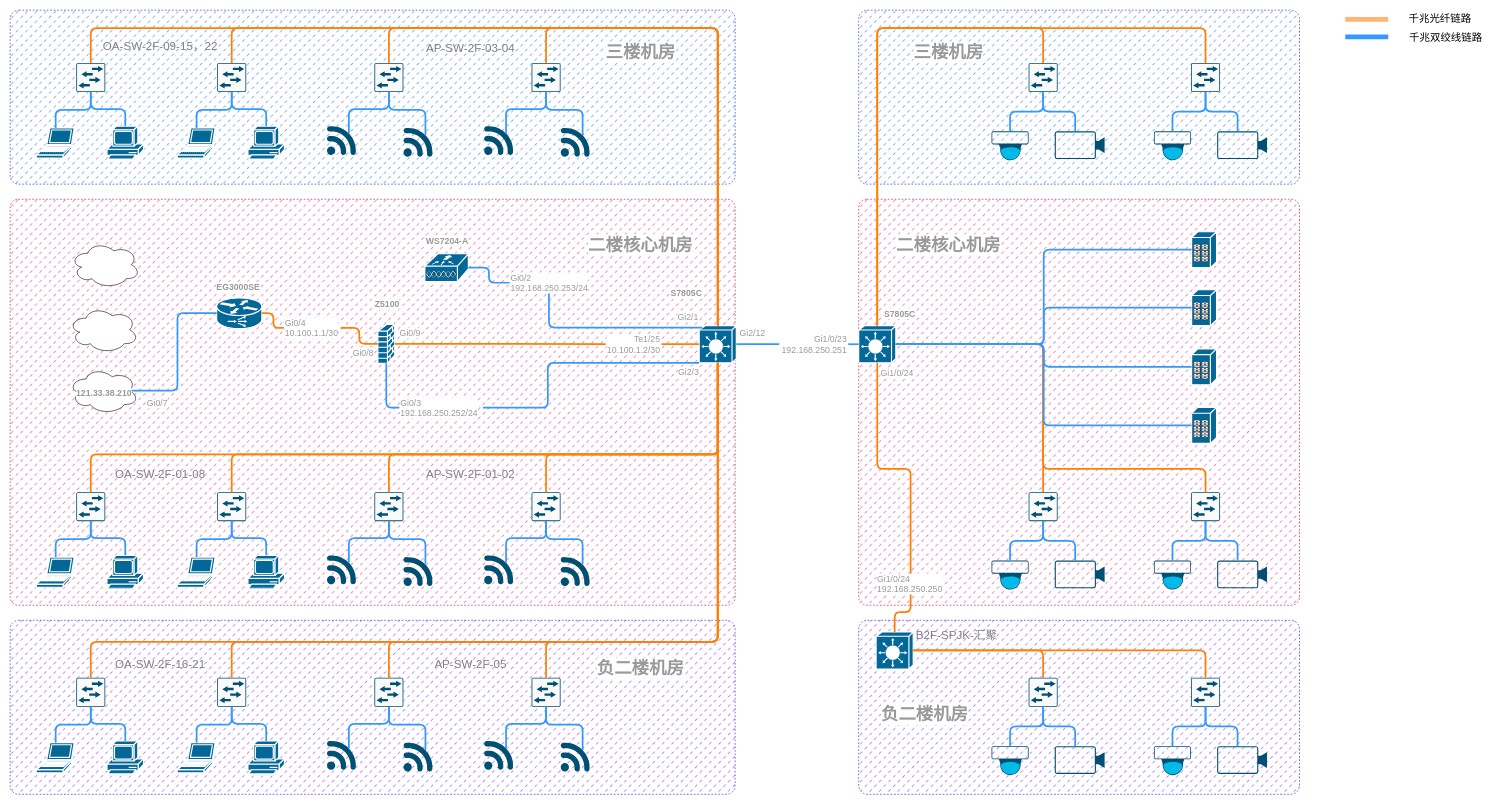
Before: 凯乐石网络拓扑.drawio in iskerwin/draw, a draw.io diagram. Source tidied: cells renumbered, new cells numbered last; positions are measured from the earlier drawing's top-left corner, leaving out a move shared by most shapes. Both pictures are drawn from the tidied source at 58%, with x=0, y=0 at pixel (10, 10).
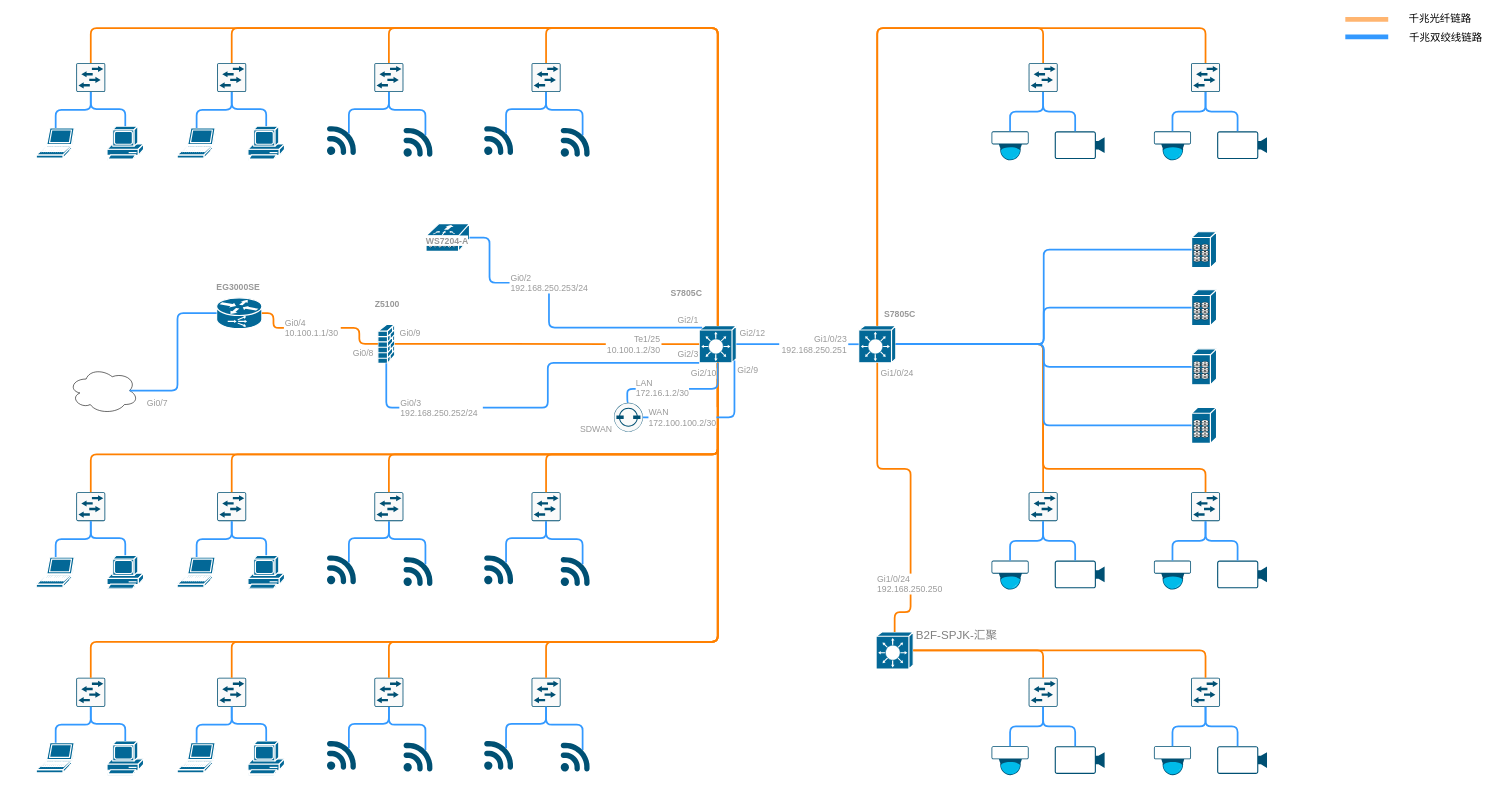
Above is the later version.

Commit message:
更新凯乐石网络拓扑.drawio

The change refers to these unchanged cells:
```xml
<mxCell id="25" style="shape=mxgraph.cisco.switches.layer_3_switch;html=1;dashed=0;fillColor=#036897;strokeColor=#ffffff;strokeWidth=2;verticalLabelPosition=bottom;verticalAlign=top;align=center;outlineConnect=0;fontFamily=Helvetica;fontSize=11;fontColor=#FF8000;labelBackgroundColor=default;" parent="8" vertex="1">
  <mxGeometry x="1188" y="544" width="64" height="64" as="geometry" />
</mxCell>
```

What changed in the source:
```diff
@@
-    <mxCell id="1" parent="0" />
-    <mxCell id="2" style="rounded=1;whiteSpace=wrap;html=1;fontFamily=Helvetica;fontSize=11;labelBackgroundColor=default;arcSize=2;dashed=1;fillStyle=dashed;fillColor=#d80073;strokeColor=#A50040;fontColor=#ffffff;" parent="1" vertex="1">
-      <mxGeometry y="326" width="1250" height="700" as="geometry" />
-    </mxCell>
-    <mxCell id="3" style="rounded=1;whiteSpace=wrap;html=1;fontFamily=Helvetica;fontSize=11;labelBackgroundColor=default;arcSize=5;dashed=1;fillStyle=dashed;fillColor=#6a00ff;strokeColor=#3700CC;fontColor=#ffffff;" parent="1" vertex="1">
-      <mxGeometry y="1052" width="1250" height="300" as="geometry" />
-    </mxCell>
-    <mxCell id="4" style="rounded=1;whiteSpace=wrap;html=1;fontFamily=Helvetica;fontSize=11;labelBackgroundColor=default;arcSize=2;dashed=1;fillStyle=dashed;fillColor=#d80073;strokeColor=#A50040;fontColor=#ffffff;" parent="1" vertex="1">
-      <mxGeometry x="1463" y="326" width="760" height="700" as="geometry" />
-    </mxCell>
-    <mxCell id="5" style="rounded=1;whiteSpace=wrap;html=1;fontFamily=Helvetica;fontSize=11;labelBackgroundColor=default;arcSize=5;dashed=1;fillStyle=dashed;fillColor=#0050ef;strokeColor=#001DBC;fontColor=#ffffff;" parent="1" vertex="1">
-      <mxGeometry width="1250" height="300" as="geometry" />
-    </mxCell>
-    <mxCell id="6" style="rounded=1;whiteSpace=wrap;html=1;fontFamily=Helvetica;fontSize=11;labelBackgroundColor=default;arcSize=5;dashed=1;fillStyle=dashed;fillColor=#0050ef;strokeColor=#001DBC;fontColor=#ffffff;" parent="1" vertex="1">
-      <mxGeometry x="1463" width="760" height="300" as="geometry" />
-    </mxCell>
-    <mxCell id="7" style="rounded=1;whiteSpace=wrap;html=1;fontFamily=Helvetica;fontSize=11;labelBackgroundColor=default;arcSize=5;dashed=1;fillStyle=dashed;fillColor=#6a00ff;strokeColor=#3700CC;fontColor=#ffffff;" parent="1" vertex="1">
-      <mxGeometry x="1463" y="1052" width="760" height="300" as="geometry" />
-    </mxCell>
@@
     <mxCell id="12" value="Gi2/1" style="text;html=1;align=left;verticalAlign=middle;whiteSpace=wrap;rounded=0;fontFamily=Helvetica;fontSize=15;fontColor=#999999;labelBackgroundColor=default;" parent="8" vertex="1">
-      <mxGeometry x="1149" y="514" width="42" height="30" as="geometry" />
+      <mxGeometry x="1149.3" y="519" width="42" height="30" as="geometry" />
     </mxCell>
     <mxCell id="13" value="Gi2/3" style="text;html=1;align=left;verticalAlign=middle;whiteSpace=wrap;rounded=0;fontFamily=Helvetica;fontSize=15;fontColor=#999999;labelBackgroundColor=default;" parent="8" vertex="1">
-      <mxGeometry x="1149.6" y="608" width="41.4" height="30" as="geometry" />
+      <mxGeometry x="1149.3" y="578" width="41.4" height="30" as="geometry" />
     </mxCell>
@@
     <mxCell id="32" style="shape=mxgraph.cisco.wireless.wlan_controller;html=1;dashed=0;fillColor=#036897;strokeColor=#ffffff;strokeWidth=2;verticalLabelPosition=bottom;verticalAlign=top;align=center;outlineConnect=0;fontFamily=Helvetica;fontSize=11;fontColor=default;labelBackgroundColor=default;" parent="8" vertex="1">
-      <mxGeometry x="715" y="420" width="75" height="48" as="geometry" />
+      <mxGeometry x="717" y="368" width="75" height="48" as="geometry" />
     </mxCell>
@@
-    <mxCell id="183" parent="0" />
-    <mxCell id="184" value="负二楼机房" style="text;html=1;align=center;verticalAlign=middle;whiteSpace=wrap;rounded=0;fontFamily=Helvetica;fontSize=30;fontColor=#999999;labelBackgroundColor=default;fontStyle=1;" parent="183" vertex="1">
-      <mxGeometry x="984" y="1119" width="206" height="30" as="geometry" />
-    </mxCell>
-    <mxCell id="185" value="三楼机房" style="text;html=1;align=center;verticalAlign=middle;whiteSpace=wrap;rounded=0;fontFamily=Helvetica;fontSize=30;fontColor=#999999;labelBackgroundColor=default;fontStyle=1;" parent="183" vertex="1">
-      <mxGeometry x="984" y="57" width="206" height="30" as="geometry" />
-    </mxCell>
-    <mxCell id="186" value="二楼核心机房" style="text;html=1;align=center;verticalAlign=middle;whiteSpace=wrap;rounded=0;fontFamily=Helvetica;fontSize=30;fontColor=#999999;labelBackgroundColor=default;fontStyle=1;" parent="183" vertex="1">
-      <mxGeometry x="984" y="389" width="206" height="30" as="geometry" />
-    </mxCell>
-    <mxCell id="187" value="121.33.38.210" style="text;html=1;align=left;verticalAlign=middle;whiteSpace=wrap;rounded=0;fontFamily=Helvetica;fontSize=15;fontColor=#999999;labelBackgroundColor=default;fontStyle=1;" parent="183" vertex="1">
-      <mxGeometry x="112" y="645" width="99" height="30" as="geometry" />
-    </mxCell>
-    <mxCell id="188" style="ellipse;shape=cloud;whiteSpace=wrap;html=1;fontFamily=Helvetica;fontSize=11;fontColor=default;labelBackgroundColor=default;" parent="183" vertex="1">
-      <mxGeometry x="101" y="511" width="120" height="80" as="geometry" />
-    </mxCell>
-    <mxCell id="189" style="ellipse;shape=cloud;whiteSpace=wrap;html=1;fontFamily=Helvetica;fontSize=11;fontColor=default;labelBackgroundColor=default;" parent="183" vertex="1">
-      <mxGeometry x="104" y="399" width="120" height="80" as="geometry" />
-    </mxCell>
-    <mxCell id="190" value="AP-SW-2F-01-02" style="text;html=1;align=center;verticalAlign=middle;whiteSpace=wrap;rounded=0;fontSize=20;fontColor=#808080;" parent="183" vertex="1">
-      <mxGeometry x="708" y="784" width="172" height="30" as="geometry" />
-    </mxCell>
-    <mxCell id="191" value="OA-SW-2F-01-08" style="text;html=1;align=center;verticalAlign=middle;whiteSpace=wrap;rounded=0;fontSize=20;fontColor=#808080;" parent="183" vertex="1">
-      <mxGeometry x="173" y="784" width="172" height="30" as="geometry" />
-    </mxCell>
-    <mxCell id="192" value="AP-SW-2F-03-04" style="text;html=1;align=center;verticalAlign=middle;whiteSpace=wrap;rounded=0;fontSize=20;fontColor=#808080;" parent="183" vertex="1">
-      <mxGeometry x="708" y="49" width="172" height="30" as="geometry" />
-    </mxCell>
-    <mxCell id="193" value="OA-SW-2F-09-15，22" style="text;html=1;align=center;verticalAlign=middle;whiteSpace=wrap;rounded=0;fontSize=20;fontColor=#808080;" parent="183" vertex="1">
-      <mxGeometry x="158" y="46" width="202" height="30" as="geometry" />
-    </mxCell>
-    <mxCell id="194" value="AP-SW-2F-05" style="text;html=1;align=center;verticalAlign=middle;whiteSpace=wrap;rounded=0;fontSize=20;fontColor=#808080;" parent="183" vertex="1">
-      <mxGeometry x="708" y="1111" width="172" height="30" as="geometry" />
-    </mxCell>
-    <mxCell id="195" value="OA-SW-2F-16-21" style="text;html=1;align=center;verticalAlign=middle;whiteSpace=wrap;rounded=0;fontSize=20;fontColor=#808080;" parent="183" vertex="1">
-      <mxGeometry x="173" y="1111" width="172" height="30" as="geometry" />
-    </mxCell>
-    <mxCell id="196" value="二楼核心机房" style="text;html=1;align=center;verticalAlign=middle;whiteSpace=wrap;rounded=0;fontFamily=Helvetica;fontSize=30;fontColor=#999999;labelBackgroundColor=default;fontStyle=1;" parent="183" vertex="1">
-      <mxGeometry x="1515" y="389" width="206" height="30" as="geometry" />
-    </mxCell>
-    <mxCell id="197" value="三楼机房" style="text;html=1;align=center;verticalAlign=middle;whiteSpace=wrap;rounded=0;fontFamily=Helvetica;fontSize=30;fontColor=#999999;labelBackgroundColor=default;fontStyle=1;" parent="183" vertex="1">
-      <mxGeometry x="1515" y="57" width="206" height="30" as="geometry" />
-    </mxCell>
-    <mxCell id="198" value="负二楼机房" style="text;html=1;align=center;verticalAlign=middle;whiteSpace=wrap;rounded=0;fontFamily=Helvetica;fontSize=30;fontColor=#999999;labelBackgroundColor=default;fontStyle=1;" parent="183" vertex="1">
-      <mxGeometry x="1474" y="1199" width="206" height="30" as="geometry" />
-    </mxCell>
+    <mxCell id="199" style="edgeStyle=orthogonalEdgeStyle;shape=connector;curved=0;rounded=1;jettySize=auto;html=1;exitX=0.5;exitY=0;exitDx=0;exitDy=0;exitPerimeter=0;strokeColor=#3399FF;strokeWidth=3;align=center;verticalAlign=middle;fontFamily=Helvetica;fontSize=11;fontColor=default;labelBackgroundColor=default;endArrow=none;endFill=0;" parent="8" edge="1" source="200" target="25">
+      <mxGeometry relative="1" as="geometry">
+        <Array as="points">
+          <mxPoint x="1064" y="653" />
+          <mxPoint x="1220" y="653" />
+        </Array>
+      </mxGeometry>
+    </mxCell>
+    <mxCell id="200" style="sketch=0;points=[[0.5,0,0],[1,0.5,0],[0.5,1,0],[0,0.5,0],[0.145,0.145,0],[0.8555,0.145,0],[0.855,0.8555,0],[0.145,0.855,0]];verticalLabelPosition=bottom;html=1;verticalAlign=top;align=center;shape=mxgraph.cisco19.rect;prIcon=vbond;fillColor=#FAFAFA;strokeColor=#005073;" parent="8" vertex="1">
+      <mxGeometry x="1041" y="677" width="50" height="50" as="geometry" />
+    </mxCell>
+    <mxCell id="201" style="edgeStyle=orthogonalEdgeStyle;shape=connector;curved=0;rounded=1;jettySize=auto;html=1;exitX=1;exitY=0.5;exitDx=0;exitDy=0;exitPerimeter=0;entryX=0.95;entryY=0.94;entryDx=0;entryDy=0;entryPerimeter=0;strokeColor=#3399FF;strokeWidth=3;align=center;verticalAlign=middle;fontFamily=Helvetica;fontSize=11;fontColor=default;labelBackgroundColor=default;endArrow=none;endFill=0;" parent="8" edge="1" source="200" target="25">
+      <mxGeometry relative="1" as="geometry" />
+    </mxCell>
+    <mxCell id="202" value="&lt;div style=&quot;&quot;&gt;WAN&lt;/div&gt;&lt;div&gt;172.100.100.2/30&lt;/div&gt;" style="text;html=1;align=left;verticalAlign=middle;whiteSpace=wrap;rounded=0;fontFamily=Helvetica;fontSize=15;fontColor=#999999;labelBackgroundColor=default;" parent="8" vertex="1">
+      <mxGeometry x="1099" y="687" width="136" height="30" as="geometry" />
+    </mxCell>
+    <mxCell id="203" value="&lt;div style=&quot;&quot;&gt;LAN&lt;/div&gt;&lt;div&gt;172.16.1.2/30&lt;/div&gt;" style="text;html=1;align=left;verticalAlign=middle;whiteSpace=wrap;rounded=0;fontFamily=Helvetica;fontSize=15;fontColor=#999999;labelBackgroundColor=default;" parent="8" vertex="1">
+      <mxGeometry x="1077" y="636" width="136" height="30" as="geometry" />
+    </mxCell>
+    <mxCell id="204" value="Gi2/9" style="text;html=1;align=left;verticalAlign=middle;whiteSpace=wrap;rounded=0;fontFamily=Helvetica;fontSize=15;fontColor=#999999;labelBackgroundColor=default;" parent="8" vertex="1">
+      <mxGeometry x="1252" y="605" width="41.4" height="30" as="geometry" />
+    </mxCell>
+    <mxCell id="205" value="Gi2/10" style="text;html=1;align=left;verticalAlign=middle;whiteSpace=wrap;rounded=0;fontFamily=Helvetica;fontSize=15;fontColor=#999999;labelBackgroundColor=default;" parent="8" vertex="1">
+      <mxGeometry x="1171.6" y="611" width="41.4" height="30" as="geometry" />
+    </mxCell>
+    <mxCell id="206" value="&lt;div style=&quot;&quot;&gt;SDWAN&lt;/div&gt;" style="text;html=1;align=left;verticalAlign=middle;whiteSpace=wrap;rounded=0;fontFamily=Helvetica;fontSize=15;fontColor=#999999;labelBackgroundColor=default;" parent="8" vertex="1">
+      <mxGeometry x="981" y="709" width="60" height="25" as="geometry" />
+    </mxCell>
```
